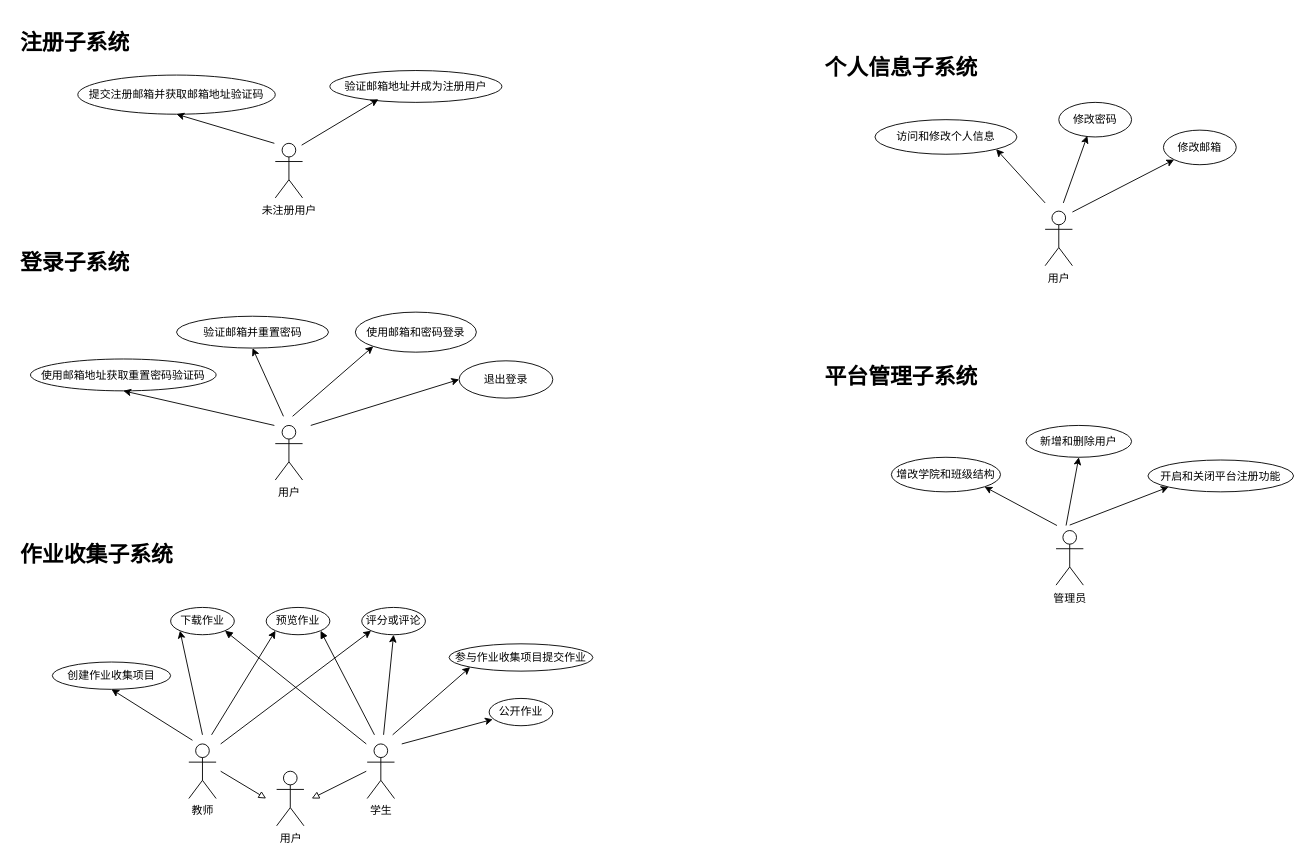
Above: page "用例图" (2 of 5) of 需求分析文档/UML图.drawio in super-dash/paperstack-design (draw.io), before the change. Source tidied: cells renumbered, new cells numbered last; positions are measured from the earlier drawing's top-left corner, leaving out a move shared by most shapes. Both pictures are drawn from the tidied source at 91%, with x=0, y=0 at pixel (15, 25).
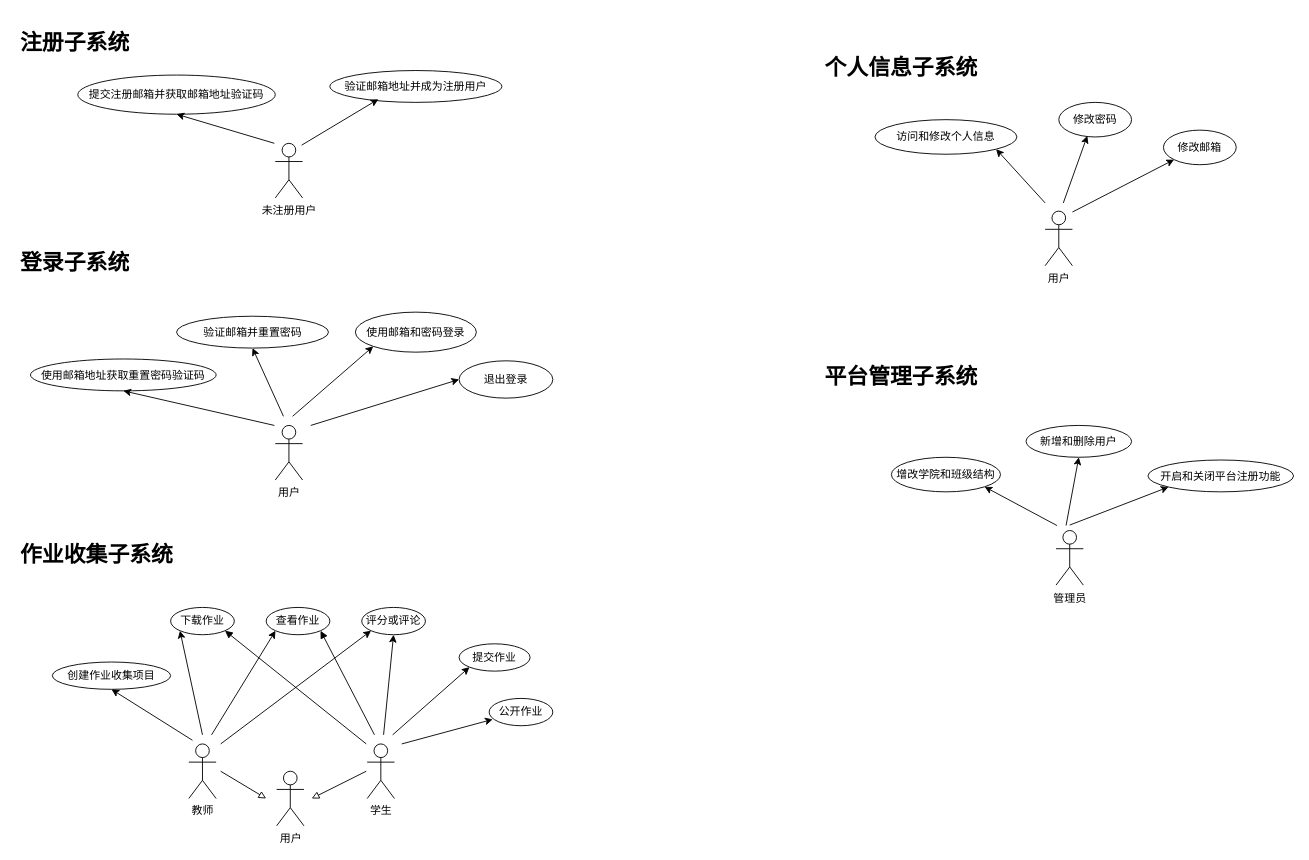
After the change.

The edit, as a diff of the source:
```diff
@@
-    <mxCell id="26" value="参与作业收集项目提交作业" style="ellipse;whiteSpace=wrap;html=1;" parent="1" vertex="1">
-      <mxGeometry x="476" y="680" width="158" height="30" as="geometry" />
+    <mxCell id="26" value="提交作业" style="ellipse;whiteSpace=wrap;html=1;" parent="1" vertex="1">
+      <mxGeometry x="487" y="680" width="78" height="30" as="geometry" />
     </mxCell>
@@
-    <mxCell id="28" value="预览作业" style="ellipse;whiteSpace=wrap;html=1;" parent="1" vertex="1">
+    <mxCell id="28" value="查看作业" style="ellipse;whiteSpace=wrap;html=1;" parent="1" vertex="1">
       <mxGeometry x="275" y="640" width="70" height="30" as="geometry" />
     </mxCell>
```
